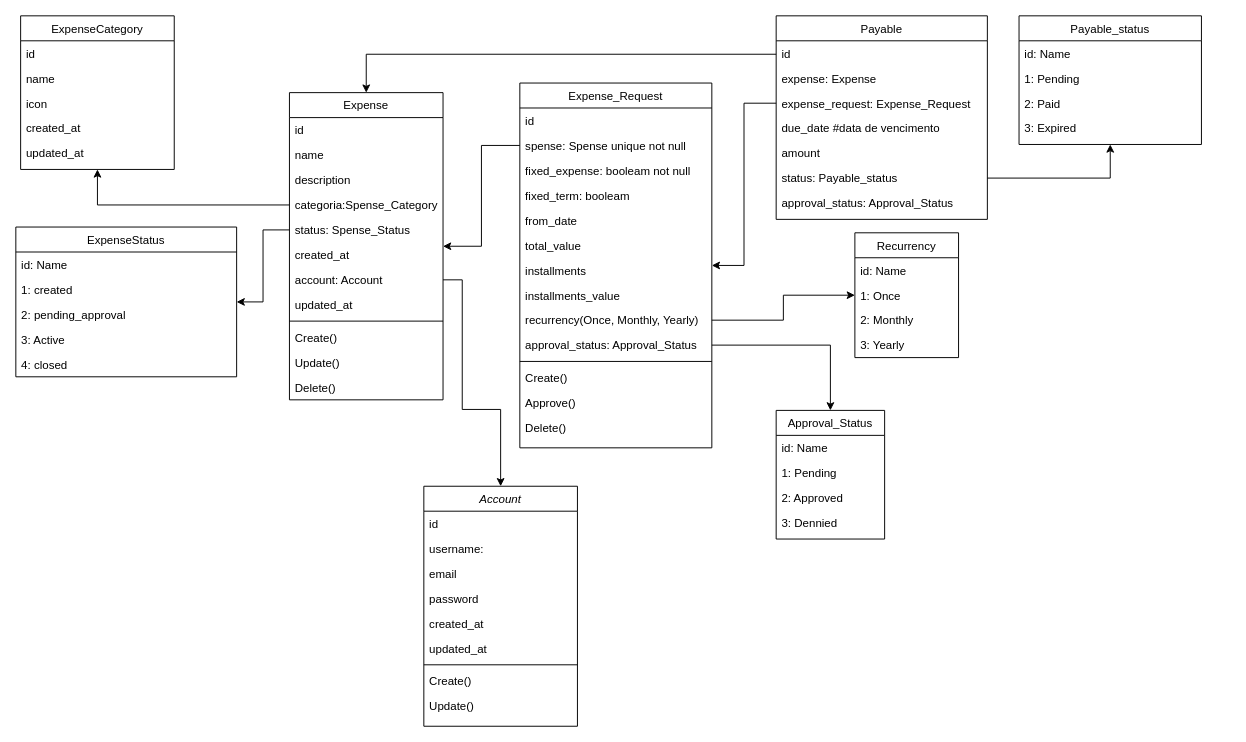
Above: static/diagram/PlanWise Diagram.drawio in vinicius-rebelatto/plan-wise (draw.io), before the change. Source tidied: cells renumbered, new cells numbered last; positions are measured from the earlier drawing's top-left corner, leaving out a move shared by most shapes. Both pictures are drawn from the tidied source at 96%, with x=0, y=0 at pixel (15, 15).
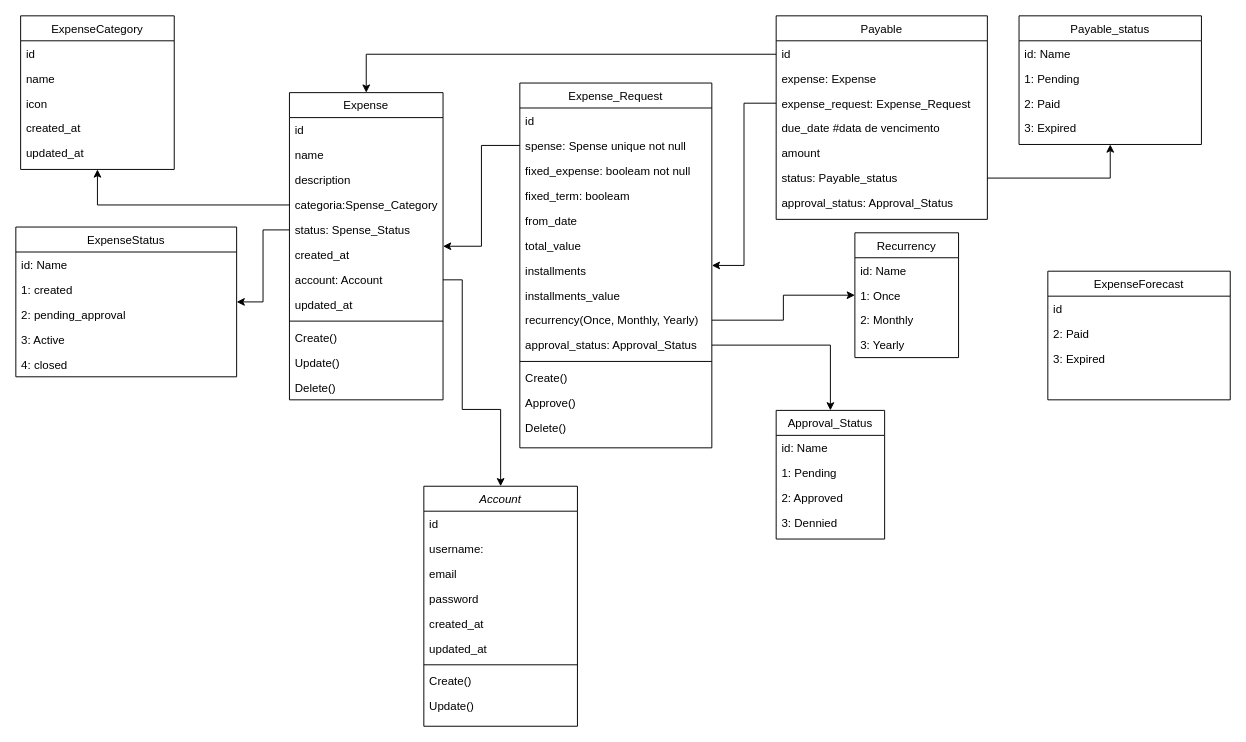
The same page after the edit.

What changed in the source:
```diff
@@
+    <mxCell id="84" value="ExpenseForecast" style="swimlane;fontStyle=0;align=center;verticalAlign=top;horizontal=1;startSize=26;rounded=0;shadow=0;strokeWidth=1;" parent="1" vertex="1">
+      <mxGeometry x="1075" y="266" width="190" height="134" as="geometry" />
+    </mxCell>
+    <mxCell id="85" value="id" style="text;align=left;verticalAlign=top;spacingLeft=4;spacingRight=4;overflow=hidden;" parent="84" vertex="1">
+      <mxGeometry y="26" width="190" height="26" as="geometry" />
+    </mxCell>
+    <mxCell id="86" value="2: Paid" style="text;align=left;verticalAlign=top;spacingLeft=4;spacingRight=4;overflow=hidden;" parent="84" vertex="1">
+      <mxGeometry y="52" width="190" height="26" as="geometry" />
+    </mxCell>
+    <mxCell id="87" value="3: Expired" style="text;align=left;verticalAlign=top;spacingLeft=4;spacingRight=4;overflow=hidden;" parent="84" vertex="1">
+      <mxGeometry y="78" width="190" height="26" as="geometry" />
+    </mxCell>
```
